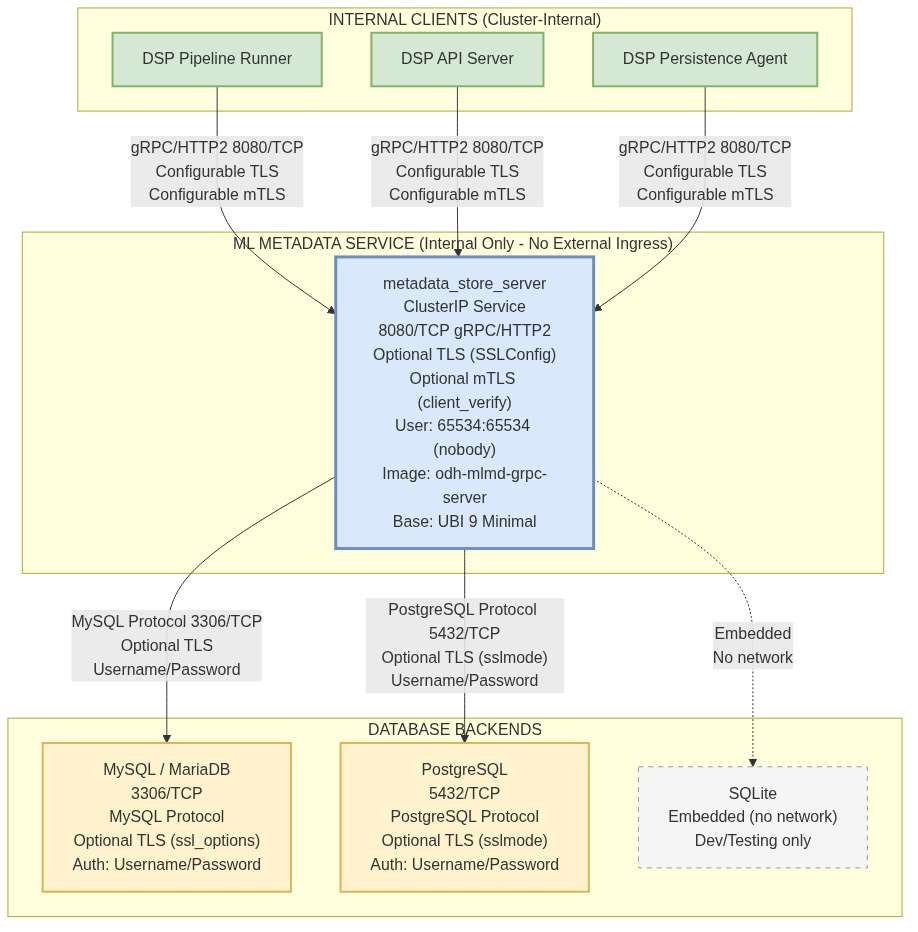
rhuss/architecture-context keeps this Mermaid diagram as architecture/rhoai-3.4-ea.2/diagrams/ml-metadata-security-network.png. Above is the earlier version. Its source is kept beside it as architecture/rhoai-3.4-ea.2/diagrams/ml-metadata-security-network.mmd.
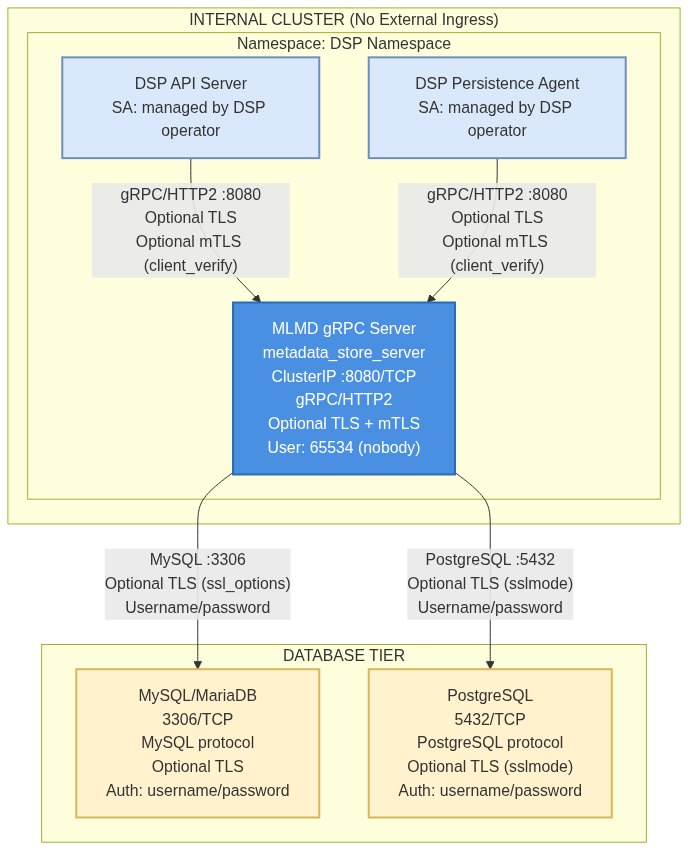
Above is the later version.

Change to the diagram source:
```diff
@@ -1,36 +1,30 @@
 
 graph TB
-    subgraph InternalClients["INTERNAL CLIENTS (Cluster-Internal)"]
-        DSPRunner["DSP Pipeline Runner"]
-        DSPApiServer["DSP API Server"]
-        DSPPersistence["DSP Persistence Agent"]
+    subgraph InternalCluster["INTERNAL CLUSTER (No External Ingress)"]
+        direction TB
+
+        subgraph DSPNamespace["Namespace: DSP Namespace"]
+            DSPApi["DSP API Server<br/>SA: managed by DSP operator"]
+            DSPAgent["DSP Persistence Agent<br/>SA: managed by DSP operator"]
+            MLMD["MLMD gRPC Server<br/>metadata_store_server<br/>ClusterIP :8080/TCP<br/>gRPC/HTTP2<br/>Optional TLS + mTLS<br/>User: 65534 (nobody)"]
+        end
     end
 
-    subgraph MLMDService["ML METADATA SERVICE (Internal Only - No External Ingress)"]
-        direction TB
-        MLMD["metadata_store_server<br/>ClusterIP Service<br/>8080/TCP gRPC/HTTP2<br/>Optional TLS (SSLConfig)<br/>Optional mTLS (client_verify)<br/>User: 65534:65534 (nobody)<br/>Image: odh-mlmd-grpc-server<br/>Base: UBI 9 Minimal"]
+    subgraph DatabaseTier["DATABASE TIER"]
+        MySQL["MySQL/MariaDB<br/>3306/TCP<br/>MySQL protocol<br/>Optional TLS<br/>Auth: username/password"]
+        PostgreSQL["PostgreSQL<br/>5432/TCP<br/>PostgreSQL protocol<br/>Optional TLS (sslmode)<br/>Auth: username/password"]
     end
 
-    subgraph DatabaseBackends["DATABASE BACKENDS"]
-        MySQL["MySQL / MariaDB<br/>3306/TCP<br/>MySQL Protocol<br/>Optional TLS (ssl_options)<br/>Auth: Username/Password"]
-        PostgreSQL["PostgreSQL<br/>5432/TCP<br/>PostgreSQL Protocol<br/>Optional TLS (sslmode)<br/>Auth: Username/Password"]
-        SQLite["SQLite<br/>Embedded (no network)<br/>Dev/Testing only"]
-    end
+    DSPApi -->|"gRPC/HTTP2 :8080<br/>Optional TLS<br/>Optional mTLS (client_verify)"| MLMD
+    DSPAgent -->|"gRPC/HTTP2 :8080<br/>Optional TLS<br/>Optional mTLS (client_verify)"| MLMD
+    MLMD -->|"MySQL :3306<br/>Optional TLS (ssl_options)<br/>Username/password"| MySQL
+    MLMD -->|"PostgreSQL :5432<br/>Optional TLS (sslmode)<br/>Username/password"| PostgreSQL
 
-    DSPRunner -->|"gRPC/HTTP2 8080/TCP<br/>Configurable TLS<br/>Configurable mTLS"| MLMD
-    DSPApiServer -->|"gRPC/HTTP2 8080/TCP<br/>Configurable TLS<br/>Configurable mTLS"| MLMD
-    DSPPersistence -->|"gRPC/HTTP2 8080/TCP<br/>Configurable TLS<br/>Configurable mTLS"| MLMD
+    classDef internal fill:#d5e8d4,stroke:#82b366,stroke-width:2px
+    classDef server fill:#4a90e2,stroke:#2a6ab0,stroke-width:2px,color:#fff
+    classDef database fill:#fff2cc,stroke:#d6b656,stroke-width:2px
+    classDef client fill:#dae8fc,stroke:#6c8ebf,stroke-width:2px
 
-    MLMD -->|"MySQL Protocol 3306/TCP<br/>Optional TLS<br/>Username/Password"| MySQL
-    MLMD -->|"PostgreSQL Protocol 5432/TCP<br/>Optional TLS (sslmode)<br/>Username/Password"| PostgreSQL
-    MLMD -.->|"Embedded<br/>No network"| SQLite
-
-    classDef internalclient fill:#d5e8d4,stroke:#82b366,stroke-width:2px
-    classDef service fill:#dae8fc,stroke:#6c8ebf,stroke-width:3px
-    classDef database fill:#fff2cc,stroke:#d6b656,stroke-width:2px
-    classDef embedded fill:#f5f5f5,stroke:#999,stroke-width:1px,stroke-dasharray: 5 5
-
-    class DSPRunner,DSPApiServer,DSPPersistence internalclient
-    class MLMD service
+    class DSPApi,DSPAgent client
+    class MLMD server
     class MySQL,PostgreSQL database
-    class SQLite embedded
```
